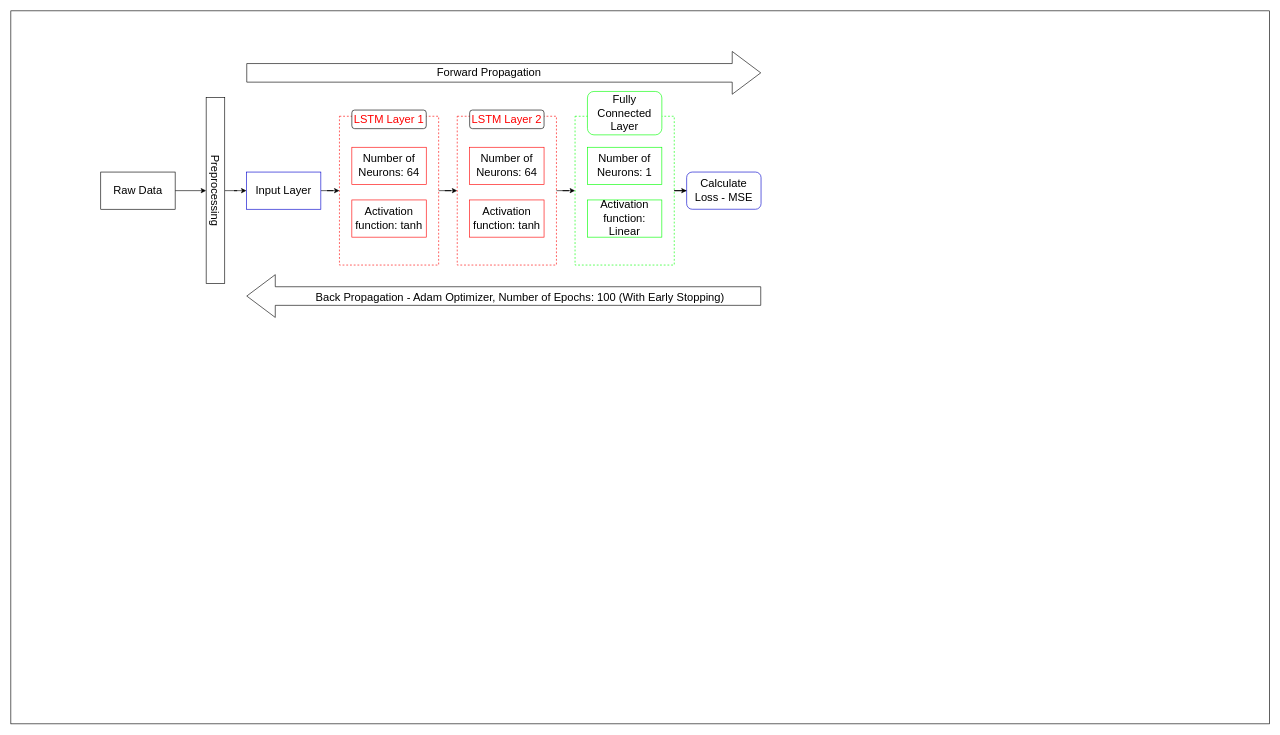
The draw.io diagram page "Model_Architecture" (3 of 3) of Diagrams/FeatureExtraction.drawio in AtanasKolevNBU/PhD, before the edit. Source tidied: cells renumbered, new cells numbered last; positions are measured from the earlier drawing's top-left corner, leaving out a move shared by most shapes. Both pictures are drawn from the tidied source at 62%, with x=0, y=0 at pixel (11, 11).
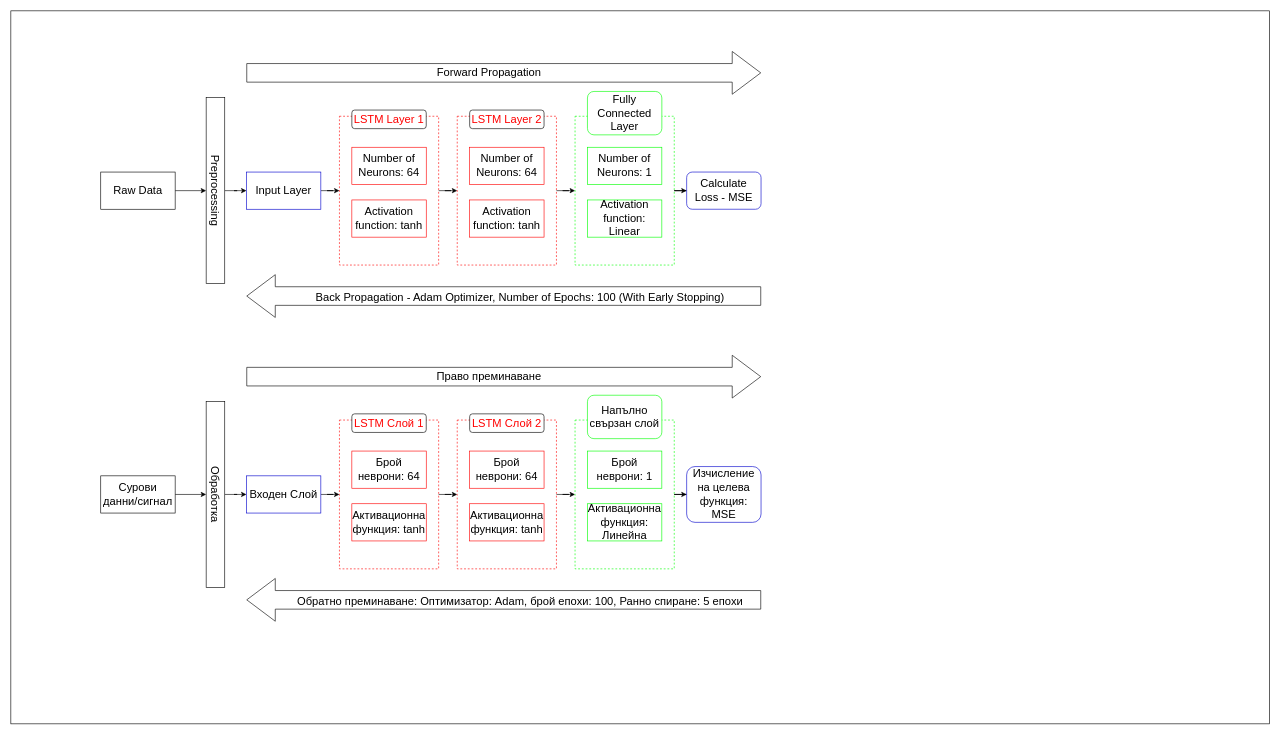
The same diagram, later.

What changed in the source:
```diff
@@
+    <mxCell id="29" style="edgeStyle=orthogonalEdgeStyle;rounded=0;jettySize=auto;html=1;entryX=0.5;entryY=1;entryDx=0;entryDy=0;" parent="1" edge="1" source="30" target="32">
+      <mxGeometry relative="1" as="geometry" />
+    </mxCell>
+    <mxCell id="30" value="&lt;span style=&quot;font-size: 18px;&quot;&gt;Сурови данни/сигнал&lt;/span&gt;" style="rounded=0;whiteSpace=wrap;html=1;" parent="1" vertex="1">
+      <mxGeometry x="145" y="750" width="120" height="60" as="geometry" />
+    </mxCell>
+    <mxCell id="31" style="edgeStyle=orthogonalEdgeStyle;rounded=0;jettySize=auto;html=1;entryX=0;entryY=0.5;entryDx=0;entryDy=0;" parent="1" edge="1" source="32" target="34">
+      <mxGeometry relative="1" as="geometry" />
+    </mxCell>
+    <mxCell id="32" value="&lt;font style=&quot;font-size: 18px;&quot;&gt;Обработка&lt;/font&gt;" style="rounded=0;whiteSpace=wrap;html=1;rotation=90;" parent="1" vertex="1">
+      <mxGeometry x="180" y="765" width="300" height="30" as="geometry" />
+    </mxCell>
+    <mxCell id="33" style="edgeStyle=orthogonalEdgeStyle;rounded=0;jettySize=auto;html=1;entryX=0;entryY=0.5;entryDx=0;entryDy=0;" parent="1" edge="1" source="34" target="38">
+      <mxGeometry relative="1" as="geometry" />
+    </mxCell>
+    <mxCell id="34" value="&lt;font style=&quot;font-size: 18px;&quot;&gt;Входен Слой&lt;/font&gt;" style="rounded=0;whiteSpace=wrap;html=1;strokeColor=#0000CC;" parent="1" vertex="1">
+      <mxGeometry x="380" y="750" width="120" height="60" as="geometry" />
+    </mxCell>
+    <mxCell id="35" value="&lt;font style=&quot;font-size: 18px;&quot;&gt;Брой неврони: 64&lt;/font&gt;" style="rounded=0;whiteSpace=wrap;html=1;strokeColor=#FF0000;" parent="1" vertex="1">
+      <mxGeometry x="550" y="710" width="120" height="60" as="geometry" />
+    </mxCell>
+    <mxCell id="36" value="&lt;font style=&quot;font-size: 18px;&quot;&gt;Активационна функция: tanh&lt;/font&gt;" style="rounded=0;whiteSpace=wrap;html=1;strokeColor=#FF0000;" parent="1" vertex="1">
+      <mxGeometry x="550" y="795" width="120" height="60" as="geometry" />
+    </mxCell>
+    <mxCell id="37" style="edgeStyle=orthogonalEdgeStyle;rounded=0;jettySize=auto;html=1;entryX=0;entryY=0.5;entryDx=0;entryDy=0;" parent="1" edge="1" source="38" target="41">
+      <mxGeometry relative="1" as="geometry" />
+    </mxCell>
+    <mxCell id="38" style="rounded=0;whiteSpace=wrap;html=1;fillColor=none;dashed=1;strokeColor=#FF0000;" parent="1" vertex="1">
+      <mxGeometry x="530" y="660" width="160" height="240" as="geometry" />
+    </mxCell>
+    <mxCell id="39" value="&lt;font color=&quot;#ff0000&quot; style=&quot;font-size: 18px;&quot;&gt;LSTM Слой 1&lt;/font&gt;" style="rounded=1;whiteSpace=wrap;html=1;" parent="1" vertex="1">
+      <mxGeometry x="550" y="650" width="120" height="30" as="geometry" />
+    </mxCell>
+    <mxCell id="40" style="edgeStyle=orthogonalEdgeStyle;rounded=0;jettySize=auto;html=1;entryX=0;entryY=0.5;entryDx=0;entryDy=0;" parent="1" edge="1" source="41" target="46">
+      <mxGeometry relative="1" as="geometry" />
+    </mxCell>
+    <mxCell id="41" style="rounded=0;whiteSpace=wrap;html=1;fillColor=none;dashed=1;strokeColor=#FF0000;" parent="1" vertex="1">
+      <mxGeometry x="720" y="660" width="160" height="240" as="geometry" />
+    </mxCell>
+    <mxCell id="42" value="&lt;font color=&quot;#ff0000&quot; style=&quot;font-size: 18px;&quot;&gt;LSTM Слой 2&lt;/font&gt;" style="rounded=1;whiteSpace=wrap;html=1;" parent="1" vertex="1">
+      <mxGeometry x="740" y="650" width="120" height="30" as="geometry" />
+    </mxCell>
+    <mxCell id="43" value="&lt;font style=&quot;font-size: 18px;&quot;&gt;Брой неврони: 64&lt;/font&gt;" style="rounded=0;whiteSpace=wrap;html=1;strokeColor=#FF0000;" parent="1" vertex="1">
+      <mxGeometry x="740" y="710" width="120" height="60" as="geometry" />
+    </mxCell>
+    <mxCell id="44" value="&lt;font style=&quot;font-size: 18px;&quot;&gt;Активационна функция: tanh&lt;/font&gt;" style="rounded=0;whiteSpace=wrap;html=1;strokeColor=#FF0000;" parent="1" vertex="1">
+      <mxGeometry x="740" y="795" width="120" height="60" as="geometry" />
+    </mxCell>
+    <mxCell id="45" style="edgeStyle=orthogonalEdgeStyle;rounded=0;jettySize=auto;html=1;entryX=0;entryY=0.5;entryDx=0;entryDy=0;" parent="1" edge="1" source="46" target="54">
+      <mxGeometry relative="1" as="geometry" />
+    </mxCell>
+    <mxCell id="46" style="rounded=0;whiteSpace=wrap;html=1;fillColor=none;dashed=1;strokeColor=#00FF00;" parent="1" vertex="1">
+      <mxGeometry x="910" y="660" width="160" height="240" as="geometry" />
+    </mxCell>
+    <mxCell id="47" value="&lt;font style=&quot;font-size: 18px;&quot;&gt;Напълно свързан слой&lt;/font&gt;" style="rounded=1;whiteSpace=wrap;html=1;strokeColor=#00FF00;" parent="1" vertex="1">
+      <mxGeometry x="930" y="620" width="120" height="70" as="geometry" />
+    </mxCell>
+    <mxCell id="48" value="&lt;font style=&quot;font-size: 18px;&quot;&gt;Брой неврони: 1&lt;/font&gt;" style="rounded=0;whiteSpace=wrap;html=1;strokeColor=#00FF00;" parent="1" vertex="1">
+      <mxGeometry x="930" y="710" width="120" height="60" as="geometry" />
+    </mxCell>
+    <mxCell id="49" value="&lt;font style=&quot;font-size: 18px;&quot;&gt;Активационна функция: Линейна&lt;/font&gt;" style="rounded=0;whiteSpace=wrap;html=1;strokeColor=#00FF00;" parent="1" vertex="1">
+      <mxGeometry x="930" y="795" width="120" height="60" as="geometry" />
+    </mxCell>
+    <mxCell id="50" style="shape=flexArrow;endArrow=classic;html=1;rounded=0;endWidth=38;endSize=15;width=30;" parent="1" edge="1">
+      <mxGeometry relative="1" as="geometry">
+        <mxPoint x="380" y="590" as="sourcePoint" />
+        <mxPoint x="1210" y="590" as="targetPoint" />
+      </mxGeometry>
+    </mxCell>
+    <mxCell id="51" value="&lt;span style=&quot;font-size: 18px;&quot;&gt;Право преминаване&lt;/span&gt;" style="edgeLabel;html=1;align=center;verticalAlign=middle;" parent="50" vertex="1">
+      <mxGeometry x="-0.06" y="1" relative="1" as="geometry" />
+    </mxCell>
+    <mxCell id="52" style="shape=flexArrow;endArrow=classic;html=1;rounded=0;endWidth=38;endSize=15;width=30;" parent="1" edge="1">
+      <mxGeometry relative="1" as="geometry">
+        <mxPoint x="1210" y="950" as="sourcePoint" />
+        <mxPoint x="380" y="950" as="targetPoint" />
+      </mxGeometry>
+    </mxCell>
+    <mxCell id="53" value="&lt;font style=&quot;font-size: 18px;&quot;&gt;Обратно преминаване: Оптимизатор: Adam, брой епохи: 100, Ранно спиране: 5 епохи&lt;/font&gt;" style="edgeLabel;html=1;align=center;verticalAlign=middle;" parent="52" vertex="1">
+      <mxGeometry x="-0.06" y="1" relative="1" as="geometry" />
+    </mxCell>
+    <mxCell id="54" value="&lt;font style=&quot;font-size: 18px;&quot;&gt;Изчисление на целева функция: MSE&lt;/font&gt;" style="rounded=1;whiteSpace=wrap;html=1;strokeColor=#0000CC;" parent="1" vertex="1">
+      <mxGeometry x="1090" y="735" width="120" height="90" as="geometry" />
+    </mxCell>
```
